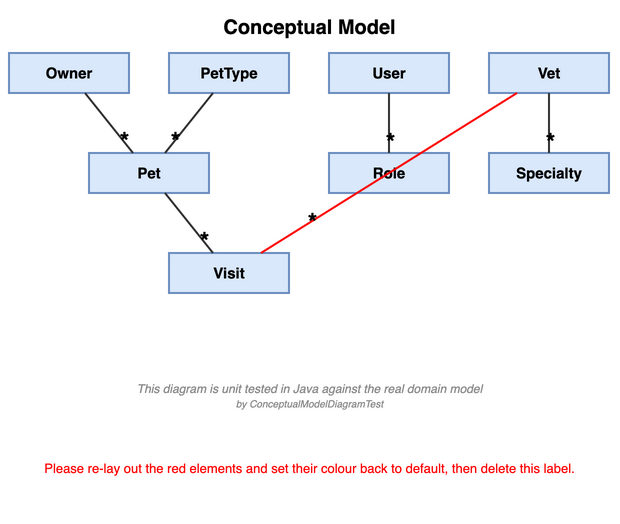
victorrentea/petclinic keeps this draw.io diagram as petclinic-backend/docs/ConceptualModel.drawio.png. Above is the earlier version. Source tidied: cells renumbered, new cells last; positions are measured from the earlier drawing's top-left corner, leaving out a move shared by most shapes.
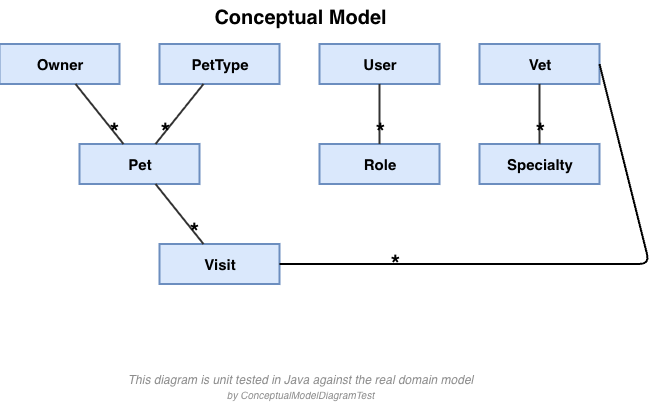
Later version of the same file.

Commit message:
Re-render the recorded diagrams — and note that three of them came back SHORTER

What changed in the source:
```diff
@@ -59,8 +59,12 @@
     <mxCell id="20" value="*" style="edgeLabel;html=1;align=center;verticalAlign=middle;fontSize=24;fontStyle=1;labelBackgroundColor=none;" parent="19" vertex="1">
       <mxGeometry x="0.6" relative="1" as="geometry" />
     </mxCell>
-    <mxCell id="21" style="endArrow=none;html=1;strokeColor=#FF0000;strokeWidth=2;fontSize=12;" parent="1" edge="1" source="6" target="10">
-      <mxGeometry relative="1" as="geometry" />
+    <mxCell id="21" style="endArrow=none;html=1;strokeColor=default;strokeWidth=2;fontSize=12;exitX=1;exitY=0.5;exitDx=0;exitDy=0;" parent="1" edge="1" source="6" target="10">
+      <mxGeometry relative="1" as="geometry">
+        <Array as="points">
+          <mxPoint x="650" y="265" />
+        </Array>
+      </mxGeometry>
     </mxCell>
     <mxCell id="22" value="*" style="edgeLabel;html=1;align=center;verticalAlign=middle;fontSize=24;fontStyle=1;labelBackgroundColor=none;" parent="21" vertex="1">
       <mxGeometry x="0.6" relative="1" as="geometry" />
@@ -68,8 +72,5 @@
     <mxCell id="23" value="This diagram is unit tested in Java against the real domain model&lt;br&gt;&lt;font style=&quot;font-size: 10px&quot;&gt;by ConceptualModelDiagramTest&lt;/font&gt;" style="text;html=1;fontSize=12;fontStyle=2;align=center;verticalAlign=middle;fontColor=#8C8C8C;" parent="1" vertex="1">
       <mxGeometry y="370" width="600" height="36" as="geometry" />
     </mxCell>
-    <mxCell id="24" value="Please re-lay out the red elements and set their colour back to default, then delete this label." style="text;html=1;align=center;fontSize=13;fontColor=#FF0000;" parent="1" vertex="1">
-      <mxGeometry y="446" width="600" height="60" as="geometry" />
-    </mxCell>
   </root>
 </mxGraphModel>
```
